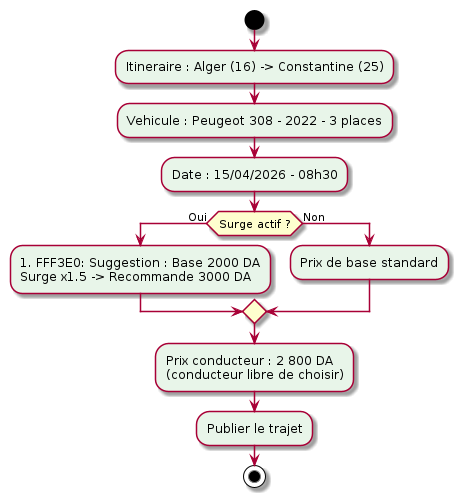
This is figures/fig_publish_trip.png from Belhormamohamed13/Memiore_RohWinBghit, a PlantUML export, as it was before one commit. Its source is kept beside it as plantuml/fig_publish_trip.puml.
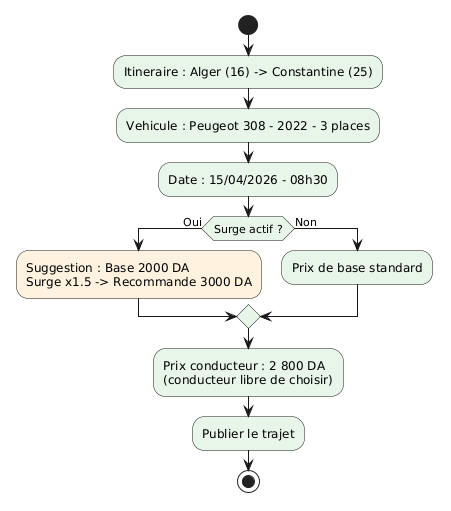
Above is the later version.

What changed in the source:
```diff
@@ -8,7 +8,7 @@
 :Vehicule : Peugeot 308 - 2022 - 3 places;
 :Date : 15/04/2026 - 08h30;
 if (Surge actif ?) then (Oui)
-    :#FFF3E0: Suggestion : Base 2000 DA\nSurge x1.5 -> Recommande 3000 DA;
+    :Suggestion : Base 2000 DA\nSurge x1.5 -> Recommande 3000 DA; <<#FFF3E0>>
 else (Non)
     :Prix de base standard;
 endif
```
